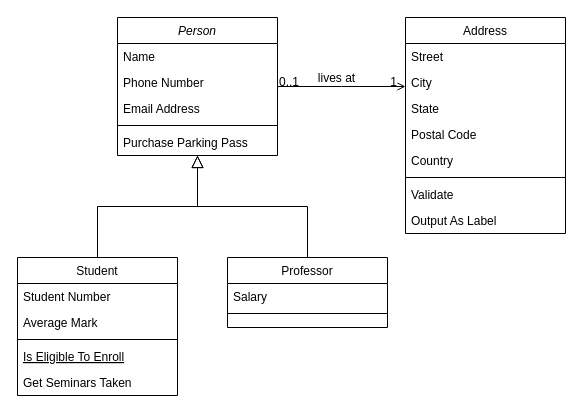
Before: Untitled Diagram.drawio in Nassixx/EXI_2023, a draw.io diagram. Source tidied: cells renumbered, new cells numbered last; positions are measured from the earlier drawing's top-left corner, leaving out a move shared by most shapes. Both pictures are drawn from the tidied source at 100%, with x=0, y=0 at pixel (17, 17).
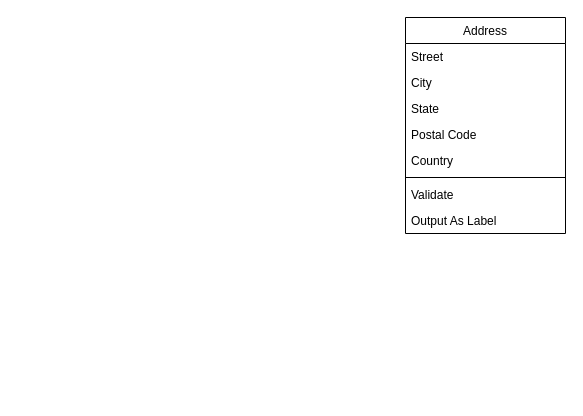
After the change.

The change refers to these unchanged cells:
```xml
<mxCell id="19" value="Address" style="swimlane;fontStyle=0;align=center;verticalAlign=top;horizontal=1;startSize=26;rounded=0;shadow=0;strokeWidth=1;" parent="1" vertex="1">
  <mxGeometry x="388" width="160" height="216" as="geometry" />
</mxCell>
```

What changed in the source:
```diff
@@
-    <mxCell id="2" value="Person" style="swimlane;fontStyle=2;align=center;verticalAlign=top;horizontal=1;startSize=26;rounded=0;shadow=0;strokeWidth=1;" parent="1" vertex="1">
-      <mxGeometry x="100" width="160" height="138" as="geometry" />
-    </mxCell>
-    <mxCell id="3" value="Name" style="text;align=left;verticalAlign=top;spacingLeft=4;spacingRight=4;overflow=hidden;" parent="2" vertex="1">
-      <mxGeometry y="26" width="160" height="26" as="geometry" />
-    </mxCell>
-    <mxCell id="4" value="Phone Number" style="text;align=left;verticalAlign=top;spacingLeft=4;spacingRight=4;overflow=hidden;rounded=0;shadow=0;html=0;" parent="2" vertex="1">
-      <mxGeometry y="52" width="160" height="26" as="geometry" />
-    </mxCell>
-    <mxCell id="5" value="Email Address" style="text;align=left;verticalAlign=top;spacingLeft=4;spacingRight=4;overflow=hidden;rounded=0;shadow=0;html=0;" parent="2" vertex="1">
-      <mxGeometry y="78" width="160" height="26" as="geometry" />
-    </mxCell>
-    <mxCell id="6" style="line;html=1;strokeWidth=1;align=left;verticalAlign=middle;spacingTop=-1;spacingLeft=3;spacingRight=3;labelPosition=right;" parent="2" vertex="1">
-      <mxGeometry y="104" width="160" height="8" as="geometry" />
-    </mxCell>
-    <mxCell id="7" value="Purchase Parking Pass" style="text;align=left;verticalAlign=top;spacingLeft=4;spacingRight=4;overflow=hidden;" parent="2" vertex="1">
-      <mxGeometry y="112" width="160" height="26" as="geometry" />
-    </mxCell>
-    <mxCell id="8" value="Student" style="swimlane;fontStyle=0;align=center;verticalAlign=top;horizontal=1;startSize=26;rounded=0;shadow=0;strokeWidth=1;" parent="1" vertex="1">
-      <mxGeometry y="240" width="160" height="138" as="geometry" />
-    </mxCell>
-    <mxCell id="9" value="Student Number" style="text;align=left;verticalAlign=top;spacingLeft=4;spacingRight=4;overflow=hidden;" parent="8" vertex="1">
-      <mxGeometry y="26" width="160" height="26" as="geometry" />
-    </mxCell>
-    <mxCell id="10" value="Average Mark" style="text;align=left;verticalAlign=top;spacingLeft=4;spacingRight=4;overflow=hidden;rounded=0;shadow=0;html=0;" parent="8" vertex="1">
-      <mxGeometry y="52" width="160" height="26" as="geometry" />
-    </mxCell>
-    <mxCell id="11" style="line;html=1;strokeWidth=1;align=left;verticalAlign=middle;spacingTop=-1;spacingLeft=3;spacingRight=3;labelPosition=right;" parent="8" vertex="1">
-      <mxGeometry y="78" width="160" height="8" as="geometry" />
-    </mxCell>
-    <mxCell id="12" value="Is Eligible To Enroll" style="text;align=left;verticalAlign=top;spacingLeft=4;spacingRight=4;overflow=hidden;fontStyle=4;" parent="8" vertex="1">
-      <mxGeometry y="86" width="160" height="26" as="geometry" />
-    </mxCell>
-    <mxCell id="13" value="Get Seminars Taken" style="text;align=left;verticalAlign=top;spacingLeft=4;spacingRight=4;overflow=hidden;" parent="8" vertex="1">
-      <mxGeometry y="112" width="160" height="26" as="geometry" />
-    </mxCell>
-    <mxCell id="14" style="endArrow=block;endSize=10;endFill=0;shadow=0;strokeWidth=1;rounded=0;edgeStyle=elbowEdgeStyle;elbow=vertical;" parent="1" edge="1" source="8" target="2">
-      <mxGeometry relative="1" as="geometry" />
-    </mxCell>
-    <mxCell id="15" value="Professor" style="swimlane;fontStyle=0;align=center;verticalAlign=top;horizontal=1;startSize=26;rounded=0;shadow=0;strokeWidth=1;" parent="1" vertex="1">
-      <mxGeometry x="210" y="240" width="160" height="70" as="geometry" />
-    </mxCell>
-    <mxCell id="16" value="Salary" style="text;align=left;verticalAlign=top;spacingLeft=4;spacingRight=4;overflow=hidden;" parent="15" vertex="1">
-      <mxGeometry y="26" width="160" height="26" as="geometry" />
-    </mxCell>
-    <mxCell id="17" style="line;html=1;strokeWidth=1;align=left;verticalAlign=middle;spacingTop=-1;spacingLeft=3;spacingRight=3;labelPosition=right;" parent="15" vertex="1">
-      <mxGeometry y="52" width="160" height="8" as="geometry" />
-    </mxCell>
-    <mxCell id="18" style="endArrow=block;endSize=10;endFill=0;shadow=0;strokeWidth=1;rounded=0;edgeStyle=elbowEdgeStyle;elbow=vertical;" parent="1" edge="1" source="15" target="2">
-      <mxGeometry relative="1" as="geometry" />
-    </mxCell>
@@
-    <mxCell id="28" style="endArrow=open;shadow=0;strokeWidth=1;rounded=0;endFill=1;edgeStyle=elbowEdgeStyle;elbow=vertical;" parent="1" edge="1" source="2" target="19">
-      <mxGeometry x="0.5" y="41" relative="1" as="geometry">
-        <mxPoint x="-40" y="32" as="offset" />
-      </mxGeometry>
-    </mxCell>
-    <mxCell id="29" value="0..1" style="align=left;verticalAlign=bottom;labelBackgroundColor=none;fontSize=12;" parent="28" vertex="1">
-      <mxGeometry x="-1" relative="1" as="geometry">
-        <mxPoint y="4" as="offset" />
-      </mxGeometry>
-    </mxCell>
-    <mxCell id="30" value="1" style="align=right;verticalAlign=bottom;labelBackgroundColor=none;fontSize=12;" parent="28" vertex="1">
-      <mxGeometry x="1" relative="1" as="geometry">
-        <mxPoint x="-7" y="4" as="offset" />
-      </mxGeometry>
-    </mxCell>
-    <mxCell id="31" value="lives at" style="text;html=1;align=center;verticalAlign=middle;labelBackgroundColor=none;rounded=0;shadow=0;strokeWidth=1;fontSize=12;" parent="28" vertex="1">
-      <mxGeometry x="0.5" y="49" relative="1" as="geometry">
-        <mxPoint x="-38" y="40" as="offset" />
-      </mxGeometry>
-    </mxCell>
```
